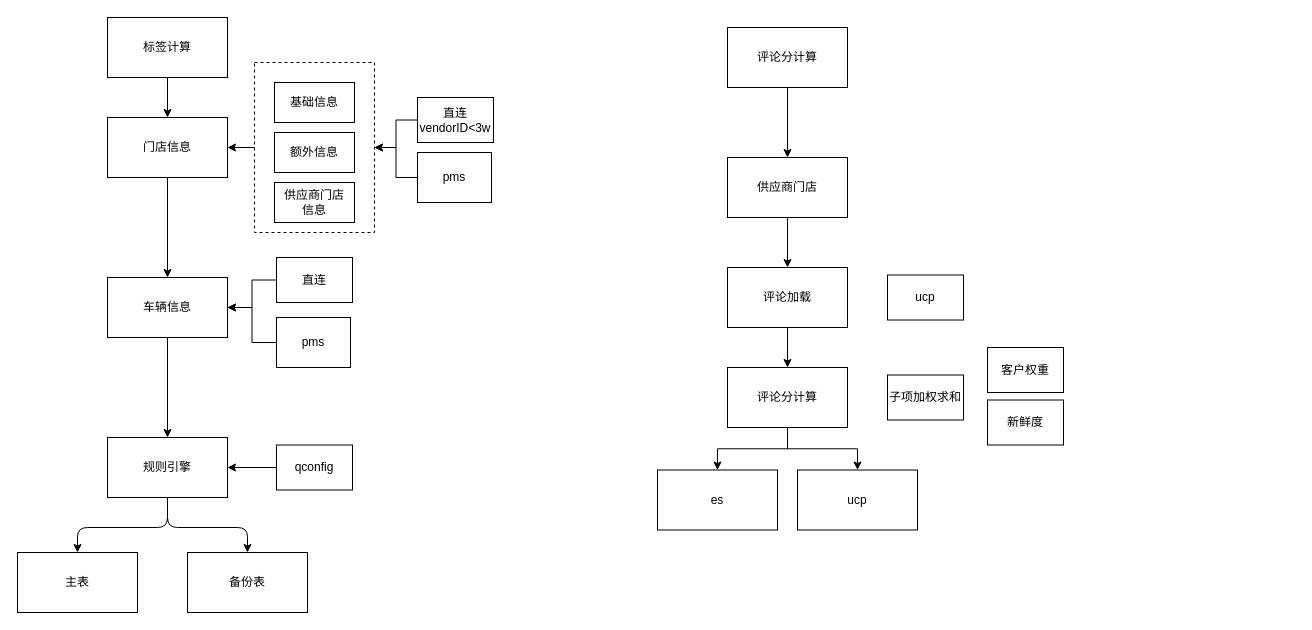
Echidnaaa/draw keeps this draw.io diagram as ctrip.drawio. Above is the earlier version. Source tidied: cells renumbered, new cells numbered last; positions are measured from the earlier drawing's top-left corner, leaving out a move shared by most shapes. Both pictures are drawn from the tidied source at 100%, with x=0, y=0 at pixel (17, 17).
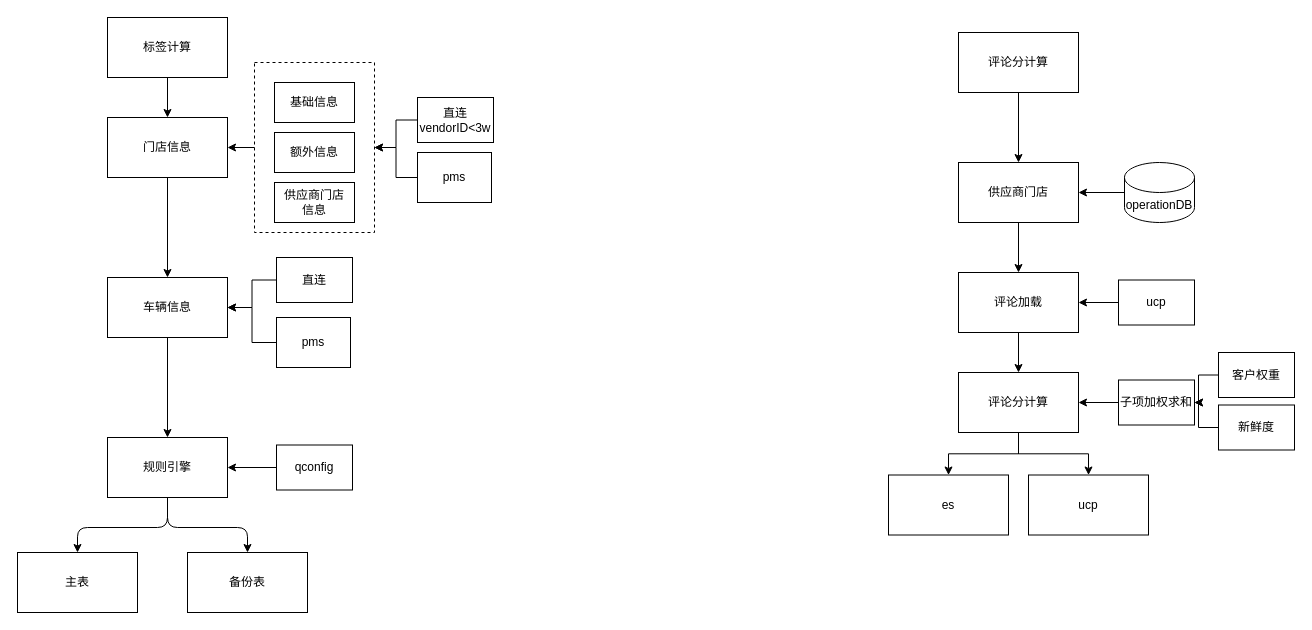
After the change.

Diff of the diagram source:
```diff
@@
     <mxCell id="23" value="评论分计算" style="rounded=0;whiteSpace=wrap;html=1;" parent="1" vertex="1">
-      <mxGeometry x="710" y="10" width="120" height="60" as="geometry" />
+      <mxGeometry x="941" y="15" width="120" height="60" as="geometry" />
     </mxCell>
@@
     <mxCell id="25" value="供应商门店" style="rounded=0;whiteSpace=wrap;html=1;" parent="1" vertex="1">
-      <mxGeometry x="710" y="140" width="120" height="60" as="geometry" />
+      <mxGeometry x="941" y="145" width="120" height="60" as="geometry" />
     </mxCell>
@@
     <mxCell id="27" value="评论加载" style="rounded=0;whiteSpace=wrap;html=1;" parent="1" vertex="1">
-      <mxGeometry x="710" y="250" width="120" height="60" as="geometry" />
+      <mxGeometry x="941" y="255" width="120" height="60" as="geometry" />
     </mxCell>
+    <mxCell id="43" style="edgeStyle=orthogonalEdgeStyle;rounded=0;jettySize=auto;html=1;entryX=1;entryY=0.5;entryDx=0;entryDy=0;" parent="1" edge="1" source="28" target="27">
+      <mxGeometry relative="1" as="geometry" />
+    </mxCell>
     <mxCell id="28" value="ucp" style="rounded=0;whiteSpace=wrap;html=1;" parent="1" vertex="1">
-      <mxGeometry x="870" y="257.5" width="76" height="45" as="geometry" />
+      <mxGeometry x="1101" y="262.5" width="76" height="45" as="geometry" />
     </mxCell>
@@
     <mxCell id="31" value="评论分计算" style="rounded=0;whiteSpace=wrap;html=1;" parent="1" vertex="1">
-      <mxGeometry x="710" y="350" width="120" height="60" as="geometry" />
+      <mxGeometry x="941" y="355" width="120" height="60" as="geometry" />
     </mxCell>
     <mxCell id="32" value="es" style="rounded=0;whiteSpace=wrap;html=1;" parent="1" vertex="1">
-      <mxGeometry x="640" y="452.5" width="120" height="60" as="geometry" />
+      <mxGeometry x="871" y="457.5" width="120" height="60" as="geometry" />
     </mxCell>
     <mxCell id="33" value="ucp" style="rounded=0;whiteSpace=wrap;html=1;" parent="1" vertex="1">
-      <mxGeometry x="780" y="452.5" width="120" height="60" as="geometry" />
+      <mxGeometry x="1011" y="457.5" width="120" height="60" as="geometry" />
     </mxCell>
+    <mxCell id="44" style="edgeStyle=orthogonalEdgeStyle;rounded=0;jettySize=auto;html=1;entryX=1;entryY=0.5;entryDx=0;entryDy=0;" parent="1" edge="1" source="34" target="35">
+      <mxGeometry relative="1" as="geometry" />
+    </mxCell>
     <mxCell id="34" value="客户权重" style="rounded=0;whiteSpace=wrap;html=1;" parent="1" vertex="1">
-      <mxGeometry x="970" y="330" width="76" height="45" as="geometry" />
+      <mxGeometry x="1201" y="335" width="76" height="45" as="geometry" />
     </mxCell>
+    <mxCell id="45" style="edgeStyle=orthogonalEdgeStyle;rounded=0;jettySize=auto;html=1;entryX=1;entryY=0.5;entryDx=0;entryDy=0;" parent="1" edge="1" source="35" target="31">
+      <mxGeometry relative="1" as="geometry" />
+    </mxCell>
     <mxCell id="35" value="子项加权求和" style="rounded=0;whiteSpace=wrap;html=1;" parent="1" vertex="1">
-      <mxGeometry x="870" y="357.5" width="76" height="45" as="geometry" />
+      <mxGeometry x="1101" y="362.5" width="76" height="45" as="geometry" />
     </mxCell>
+    <mxCell id="46" style="edgeStyle=orthogonalEdgeStyle;rounded=0;jettySize=auto;html=1;entryX=1;entryY=0.5;entryDx=0;entryDy=0;" parent="1" edge="1" source="36" target="35">
+      <mxGeometry relative="1" as="geometry" />
+    </mxCell>
     <mxCell id="36" value="新鲜度" style="rounded=0;whiteSpace=wrap;html=1;" parent="1" vertex="1">
-      <mxGeometry x="970" y="382.5" width="76" height="45" as="geometry" />
+      <mxGeometry x="1201" y="387.5" width="76" height="45" as="geometry" />
     </mxCell>
@@
+    <mxCell id="47" style="edgeStyle=orthogonalEdgeStyle;rounded=0;jettySize=auto;html=1;entryX=1;entryY=0.5;entryDx=0;entryDy=0;" parent="1" edge="1" source="48" target="25">
+      <mxGeometry relative="1" as="geometry" />
+    </mxCell>
+    <mxCell id="48" value="operationDB" style="shape=cylinder3;whiteSpace=wrap;html=1;boundedLbl=1;backgroundOutline=1;size=15;" parent="1" vertex="1">
+      <mxGeometry x="1107" y="145" width="70" height="60" as="geometry" />
+    </mxCell>
```
